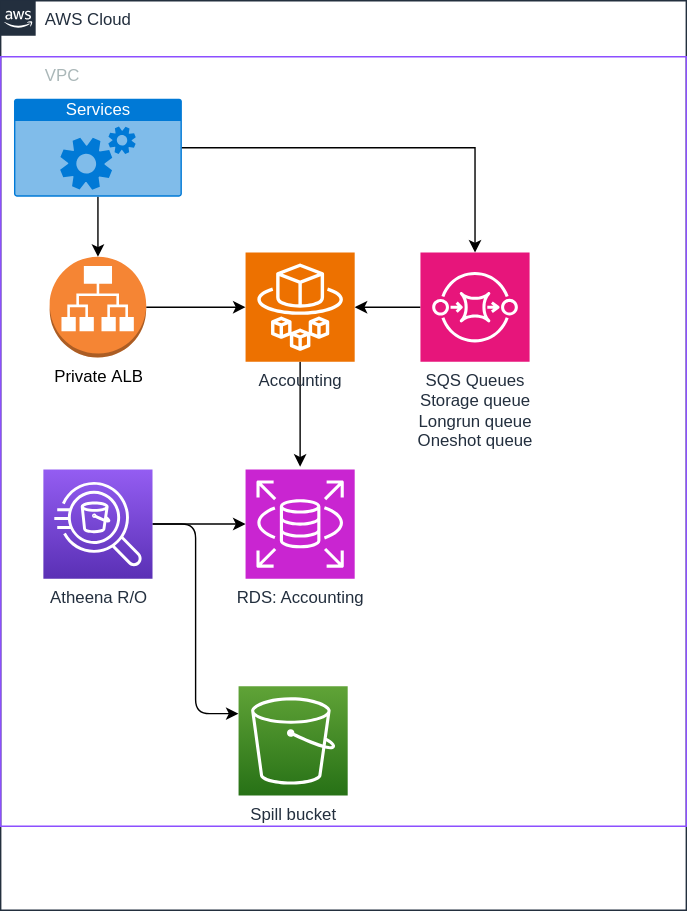
The draw.io diagram docs/modules/accounting/resources/1_main.drawio.svg in openbraininstitute/platform-docs, before a commit. Source tidied: cells renumbered, new cells last; positions are measured from the earlier drawing's top-left corner, leaving out a move shared by most shapes. Source of this version:
```xml
<mxGraphModel>
  <root>
    <mxCell id="0" />
    <mxCell id="1" parent="0" />
    <mxCell id="2" value="AWS Cloud" style="gradientColor=none;html=1;whiteSpace=wrap;fontSize=12;fontStyle=0;shape=mxgraph.aws4.group;grIcon=mxgraph.aws4.group_aws_cloud_alt;strokeColor=#232F3E;fillColor=none;verticalAlign=top;align=left;spacingLeft=30;fontColor=#232F3E;dashed=0;" parent="1" vertex="1">
      <mxGeometry width="490" height="650" as="geometry" />
    </mxCell>
    <mxCell id="3" value="VPC" style="gradientColor=none;html=1;whiteSpace=wrap;fontSize=12;fontStyle=0;shape=mxgraph.aws4.group;grIcon=mxgraph.aws4.group_vpc2;strokeColor=#8C4FFF;fillColor=none;verticalAlign=top;align=left;spacingLeft=30;fontColor=#AAB7B8;dashed=0;" parent="2" vertex="1">
      <mxGeometry y="40" width="490" height="550" as="geometry" />
    </mxCell>
    <mxCell id="4" style="edgeStyle=orthogonalEdgeStyle;rounded=0;jettySize=auto;html=1;" parent="3" edge="1" source="5" target="7">
      <mxGeometry relative="1" as="geometry" />
    </mxCell>
    <mxCell id="5" value="Private&amp;nbsp;ALB" style="outlineConnect=0;dashed=0;verticalLabelPosition=bottom;verticalAlign=top;align=center;html=1;shape=mxgraph.aws3.application_load_balancer;fillColor=#F58534;gradientColor=none;" parent="3" vertex="1">
      <mxGeometry x="35" y="143" width="69" height="72" as="geometry" />
    </mxCell>
    <mxCell id="6" style="edgeStyle=orthogonalEdgeStyle;rounded=0;jettySize=auto;html=1;" parent="3" edge="1" source="7">
      <mxGeometry relative="1" as="geometry">
        <mxPoint x="214" y="293" as="targetPoint" />
      </mxGeometry>
    </mxCell>
    <mxCell id="7" value="Accounting" style="sketch=0;points=[[0,0,0],[0.25,0,0],[0.5,0,0],[0.75,0,0],[1,0,0],[0,1,0],[0.25,1,0],[0.5,1,0],[0.75,1,0],[1,1,0],[0,0.25,0],[0,0.5,0],[0,0.75,0],[1,0.25,0],[1,0.5,0],[1,0.75,0]];outlineConnect=0;fontColor=#232F3E;fillColor=#ED7100;strokeColor=#ffffff;dashed=0;verticalLabelPosition=bottom;verticalAlign=top;align=center;html=1;fontSize=12;fontStyle=0;shape=mxgraph.aws4.resourceIcon;resIcon=mxgraph.aws4.fargate;" parent="3" vertex="1">
      <mxGeometry x="175" y="140" width="78" height="78" as="geometry" />
    </mxCell>
    <mxCell id="8" value="RDS: Accounting" style="sketch=0;points=[[0,0,0],[0.25,0,0],[0.5,0,0],[0.75,0,0],[1,0,0],[0,1,0],[0.25,1,0],[0.5,1,0],[0.75,1,0],[1,1,0],[0,0.25,0],[0,0.5,0],[0,0.75,0],[1,0.25,0],[1,0.5,0],[1,0.75,0]];outlineConnect=0;fontColor=#232F3E;fillColor=#C925D1;strokeColor=#ffffff;dashed=0;verticalLabelPosition=bottom;verticalAlign=top;align=center;html=1;fontSize=12;fontStyle=0;shape=mxgraph.aws4.resourceIcon;resIcon=mxgraph.aws4.rds;" parent="3" vertex="1">
      <mxGeometry x="175" y="295" width="78" height="78" as="geometry" />
    </mxCell>
    <mxCell id="9" style="edgeStyle=orthogonalEdgeStyle;rounded=0;jettySize=auto;html=1;" parent="3" edge="1" source="10" target="7">
      <mxGeometry relative="1" as="geometry" />
    </mxCell>
    <mxCell id="10" value="SQS Queues&lt;br&gt;Storage queue&lt;br&gt;Longrun queue&lt;br&gt;Oneshot queue&lt;br&gt;" style="sketch=0;points=[[0,0,0],[0.25,0,0],[0.5,0,0],[0.75,0,0],[1,0,0],[0,1,0],[0.25,1,0],[0.5,1,0],[0.75,1,0],[1,1,0],[0,0.25,0],[0,0.5,0],[0,0.75,0],[1,0.25,0],[1,0.5,0],[1,0.75,0]];outlineConnect=0;fontColor=#232F3E;fillColor=#E7157B;strokeColor=#ffffff;dashed=0;verticalLabelPosition=bottom;verticalAlign=top;align=center;html=1;fontSize=12;fontStyle=0;shape=mxgraph.aws4.resourceIcon;resIcon=mxgraph.aws4.sqs;" parent="3" vertex="1">
      <mxGeometry x="300" y="140" width="78" height="78" as="geometry" />
    </mxCell>
    <mxCell id="11" style="edgeStyle=orthogonalEdgeStyle;rounded=0;jettySize=auto;html=1;" parent="3" edge="1" source="12" target="5">
      <mxGeometry relative="1" as="geometry" />
    </mxCell>
    <mxCell id="12" value="Services" style="html=1;whiteSpace=wrap;strokeColor=none;fillColor=#0079D6;labelPosition=center;verticalLabelPosition=middle;verticalAlign=top;align=center;fontSize=12;outlineConnect=0;spacingTop=-6;fontColor=#FFFFFF;sketch=0;shape=mxgraph.sitemap.services;" parent="3" vertex="1">
      <mxGeometry x="9.5" y="30" width="120" height="70" as="geometry" />
    </mxCell>
    <mxCell id="13" style="edgeStyle=orthogonalEdgeStyle;rounded=0;jettySize=auto;html=1;exitX=1;exitY=0.5;exitDx=0;exitDy=0;exitPerimeter=0;entryX=0.5;entryY=0;entryDx=0;entryDy=0;entryPerimeter=0;" parent="3" edge="1" source="12" target="10">
      <mxGeometry relative="1" as="geometry" />
    </mxCell>
    <mxCell id="14" style="edgeStyle=none;html=1;" parent="3" edge="1" source="16" target="8">
      <mxGeometry relative="1" as="geometry" />
    </mxCell>
    <mxCell id="15" style="edgeStyle=orthogonalEdgeStyle;html=1;entryX=0;entryY=0.25;entryDx=0;entryDy=0;entryPerimeter=0;" parent="3" edge="1" source="16" target="17">
      <mxGeometry relative="1" as="geometry" />
    </mxCell>
    <mxCell id="16" value="Atheena R/O" style="sketch=0;points=[[0,0,0],[0.25,0,0],[0.5,0,0],[0.75,0,0],[1,0,0],[0,1,0],[0.25,1,0],[0.5,1,0],[0.75,1,0],[1,1,0],[0,0.25,0],[0,0.5,0],[0,0.75,0],[1,0.25,0],[1,0.5,0],[1,0.75,0]];outlineConnect=0;fontColor=#232F3E;gradientColor=#945DF2;gradientDirection=north;fillColor=#5A30B5;strokeColor=#ffffff;dashed=0;verticalLabelPosition=bottom;verticalAlign=top;align=center;html=1;fontSize=12;fontStyle=0;shape=mxgraph.aws4.resourceIcon;resIcon=mxgraph.aws4.athena;" parent="3" vertex="1">
      <mxGeometry x="30.5" y="295" width="78" height="78" as="geometry" />
    </mxCell>
    <mxCell id="17" value="Spill bucket" style="sketch=0;points=[[0,0,0],[0.25,0,0],[0.5,0,0],[0.75,0,0],[1,0,0],[0,1,0],[0.25,1,0],[0.5,1,0],[0.75,1,0],[1,1,0],[0,0.25,0],[0,0.5,0],[0,0.75,0],[1,0.25,0],[1,0.5,0],[1,0.75,0]];outlineConnect=0;fontColor=#232F3E;gradientColor=#60A337;gradientDirection=north;fillColor=#277116;strokeColor=#ffffff;dashed=0;verticalLabelPosition=bottom;verticalAlign=top;align=center;html=1;fontSize=12;fontStyle=0;shape=mxgraph.aws4.resourceIcon;resIcon=mxgraph.aws4.s3;" parent="3" vertex="1">
      <mxGeometry x="170" y="450" width="78" height="78" as="geometry" />
    </mxCell>
  </root>
</mxGraphModel>
```
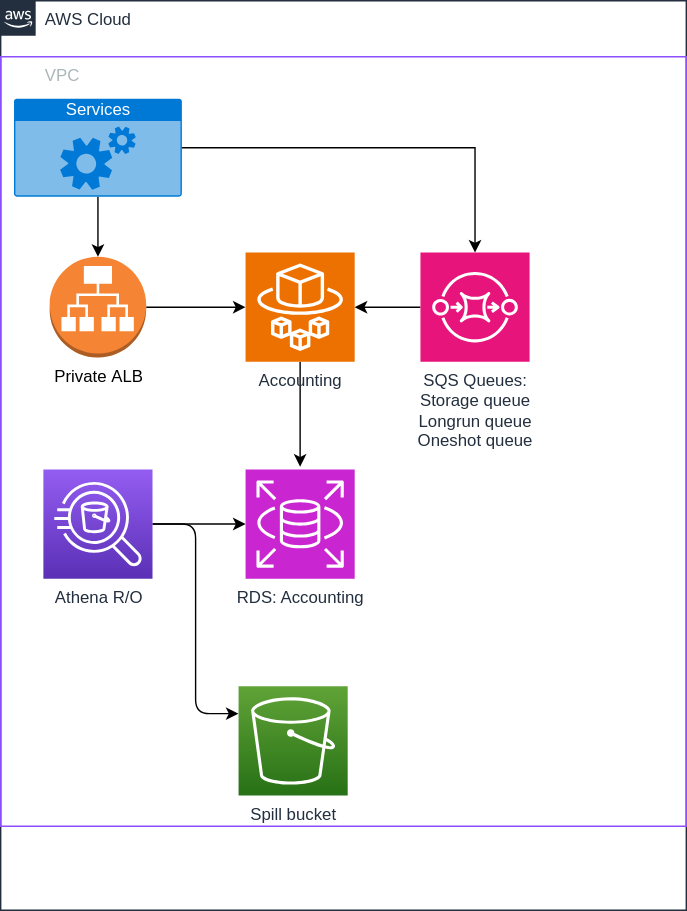
Above is the later version.

What changed in the source:
```diff
@@ -28,7 +28,7 @@
     <mxCell id="9" style="edgeStyle=orthogonalEdgeStyle;rounded=0;jettySize=auto;html=1;" parent="3" edge="1" source="10" target="7">
       <mxGeometry relative="1" as="geometry" />
     </mxCell>
-    <mxCell id="10" value="SQS Queues&lt;br&gt;Storage queue&lt;br&gt;Longrun queue&lt;br&gt;Oneshot queue&lt;br&gt;" style="sketch=0;points=[[0,0,0],[0.25,0,0],[0.5,0,0],[0.75,0,0],[1,0,0],[0,1,0],[0.25,1,0],[0.5,1,0],[0.75,1,0],[1,1,0],[0,0.25,0],[0,0.5,0],[0,0.75,0],[1,0.25,0],[1,0.5,0],[1,0.75,0]];outlineConnect=0;fontColor=#232F3E;fillColor=#E7157B;strokeColor=#ffffff;dashed=0;verticalLabelPosition=bottom;verticalAlign=top;align=center;html=1;fontSize=12;fontStyle=0;shape=mxgraph.aws4.resourceIcon;resIcon=mxgraph.aws4.sqs;" parent="3" vertex="1">
+    <mxCell id="10" value="SQS Queues:&lt;br&gt;Storage queue&lt;br&gt;Longrun queue&lt;br&gt;Oneshot queue" style="sketch=0;points=[[0,0,0],[0.25,0,0],[0.5,0,0],[0.75,0,0],[1,0,0],[0,1,0],[0.25,1,0],[0.5,1,0],[0.75,1,0],[1,1,0],[0,0.25,0],[0,0.5,0],[0,0.75,0],[1,0.25,0],[1,0.5,0],[1,0.75,0]];outlineConnect=0;fontColor=#232F3E;fillColor=#E7157B;strokeColor=#ffffff;dashed=0;verticalLabelPosition=bottom;verticalAlign=top;align=center;html=1;fontSize=12;fontStyle=0;shape=mxgraph.aws4.resourceIcon;resIcon=mxgraph.aws4.sqs;" parent="3" vertex="1">
       <mxGeometry x="300" y="140" width="78" height="78" as="geometry" />
     </mxCell>
     <mxCell id="11" style="edgeStyle=orthogonalEdgeStyle;rounded=0;jettySize=auto;html=1;" parent="3" edge="1" source="12" target="5">
@@ -40,13 +40,13 @@
     <mxCell id="13" style="edgeStyle=orthogonalEdgeStyle;rounded=0;jettySize=auto;html=1;exitX=1;exitY=0.5;exitDx=0;exitDy=0;exitPerimeter=0;entryX=0.5;entryY=0;entryDx=0;entryDy=0;entryPerimeter=0;" parent="3" edge="1" source="12" target="10">
       <mxGeometry relative="1" as="geometry" />
     </mxCell>
-    <mxCell id="14" style="edgeStyle=none;html=1;" parent="3" edge="1" source="16" target="8">
+    <mxCell id="14" style="edgeStyle=none;html=1;labelBackgroundColor=default;fontColor=default;" parent="3" edge="1" source="16" target="8">
       <mxGeometry relative="1" as="geometry" />
     </mxCell>
     <mxCell id="15" style="edgeStyle=orthogonalEdgeStyle;html=1;entryX=0;entryY=0.25;entryDx=0;entryDy=0;entryPerimeter=0;" parent="3" edge="1" source="16" target="17">
       <mxGeometry relative="1" as="geometry" />
     </mxCell>
-    <mxCell id="16" value="Atheena R/O" style="sketch=0;points=[[0,0,0],[0.25,0,0],[0.5,0,0],[0.75,0,0],[1,0,0],[0,1,0],[0.25,1,0],[0.5,1,0],[0.75,1,0],[1,1,0],[0,0.25,0],[0,0.5,0],[0,0.75,0],[1,0.25,0],[1,0.5,0],[1,0.75,0]];outlineConnect=0;fontColor=#232F3E;gradientColor=#945DF2;gradientDirection=north;fillColor=#5A30B5;strokeColor=#ffffff;dashed=0;verticalLabelPosition=bottom;verticalAlign=top;align=center;html=1;fontSize=12;fontStyle=0;shape=mxgraph.aws4.resourceIcon;resIcon=mxgraph.aws4.athena;" parent="3" vertex="1">
+    <mxCell id="16" value="Athena R/O" style="sketch=0;points=[[0,0,0],[0.25,0,0],[0.5,0,0],[0.75,0,0],[1,0,0],[0,1,0],[0.25,1,0],[0.5,1,0],[0.75,1,0],[1,1,0],[0,0.25,0],[0,0.5,0],[0,0.75,0],[1,0.25,0],[1,0.5,0],[1,0.75,0]];outlineConnect=0;fontColor=#232F3E;gradientColor=#945DF2;gradientDirection=north;fillColor=#5A30B5;strokeColor=#ffffff;dashed=0;verticalLabelPosition=bottom;verticalAlign=top;align=center;html=1;fontSize=12;fontStyle=0;shape=mxgraph.aws4.resourceIcon;resIcon=mxgraph.aws4.athena;" parent="3" vertex="1">
       <mxGeometry x="30.5" y="295" width="78" height="78" as="geometry" />
     </mxCell>
     <mxCell id="17" value="Spill bucket" style="sketch=0;points=[[0,0,0],[0.25,0,0],[0.5,0,0],[0.75,0,0],[1,0,0],[0,1,0],[0.25,1,0],[0.5,1,0],[0.75,1,0],[1,1,0],[0,0.25,0],[0,0.5,0],[0,0.75,0],[1,0.25,0],[1,0.5,0],[1,0.75,0]];outlineConnect=0;fontColor=#232F3E;gradientColor=#60A337;gradientDirection=north;fillColor=#277116;strokeColor=#ffffff;dashed=0;verticalLabelPosition=bottom;verticalAlign=top;align=center;html=1;fontSize=12;fontStyle=0;shape=mxgraph.aws4.resourceIcon;resIcon=mxgraph.aws4.s3;" parent="3" vertex="1">
```
